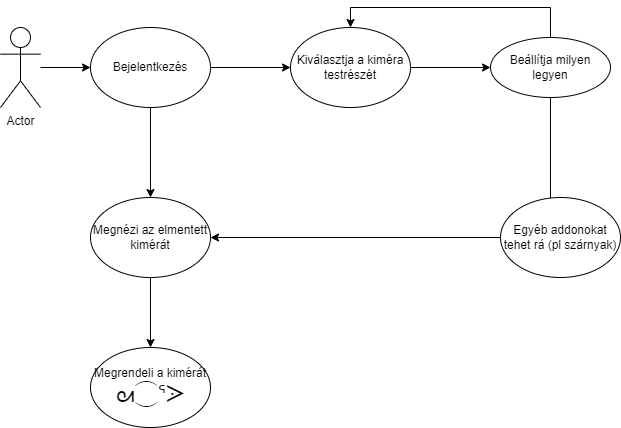
Above: docs/img/uzleti_modell.png in matyas-bohunka/ProgTech (draw.io), before the change. Source tidied: cells renumbered, new cells last; positions are measured from the earlier drawing's top-left corner, leaving out a move shared by most shapes.
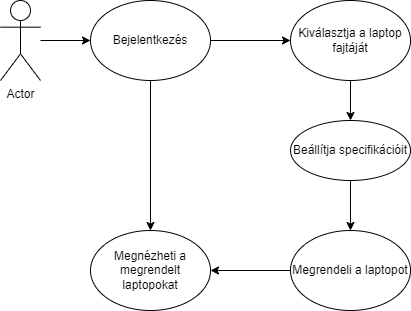
Later version of the same file.

Diff of the diagram source:
```diff
@@ -13,52 +13,32 @@
     <mxCell id="4" style="edgeStyle=orthogonalEdgeStyle;rounded=0;jettySize=auto;html=1;" parent="1" edge="1" source="6" target="8">
       <mxGeometry relative="1" as="geometry" />
     </mxCell>
-    <mxCell id="5" style="edgeStyle=orthogonalEdgeStyle;rounded=0;jettySize=auto;html=1;" parent="1" edge="1" source="6">
-      <mxGeometry relative="1" as="geometry">
-        <mxPoint x="150" y="190" as="targetPoint" />
-      </mxGeometry>
-    </mxCell>
+    <mxCell id="17" style="edgeStyle=orthogonalEdgeStyle;rounded=0;jettySize=auto;html=1;entryX=0.5;entryY=0;entryDx=0;entryDy=0;" parent="1" edge="1" source="6" target="20">
+      <mxGeometry relative="1" as="geometry" />
+    </mxCell>
     <mxCell id="6" value="Bejelentkezés" style="ellipse;whiteSpace=wrap;html=1;" parent="1" vertex="1">
       <mxGeometry x="90" y="20" width="120" height="80" as="geometry" />
     </mxCell>
     <mxCell id="7" style="edgeStyle=orthogonalEdgeStyle;rounded=0;jettySize=auto;html=1;" parent="1" edge="1" source="8" target="11">
       <mxGeometry relative="1" as="geometry" />
     </mxCell>
-    <mxCell id="8" value="Kiválasztja a kiméra testrészét" style="ellipse;whiteSpace=wrap;html=1;" parent="1" vertex="1">
+    <mxCell id="8" value="Kiválasztja a laptop fajtáját" style="ellipse;whiteSpace=wrap;html=1;" parent="1" vertex="1">
       <mxGeometry x="290" y="20" width="120" height="80" as="geometry" />
     </mxCell>
-    <mxCell id="9" style="edgeStyle=orthogonalEdgeStyle;rounded=0;jettySize=auto;html=1;" parent="1" edge="1" source="11">
-      <mxGeometry relative="1" as="geometry">
-        <mxPoint x="550" y="200" as="targetPoint" />
-      </mxGeometry>
-    </mxCell>
-    <mxCell id="10" style="edgeStyle=orthogonalEdgeStyle;rounded=0;jettySize=auto;html=1;entryX=0.5;entryY=0;entryDx=0;entryDy=0;" parent="1" edge="1" source="11" target="8">
-      <mxGeometry relative="1" as="geometry">
-        <Array as="points">
-          <mxPoint x="550" />
-          <mxPoint x="350" />
-        </Array>
-      </mxGeometry>
-    </mxCell>
+    <mxCell id="18" style="edgeStyle=orthogonalEdgeStyle;rounded=0;jettySize=auto;html=1;entryX=0.5;entryY=0;entryDx=0;entryDy=0;" parent="1" edge="1" source="11" target="15">
+      <mxGeometry relative="1" as="geometry" />
+    </mxCell>
-    <mxCell id="11" value="Beállítja milyen legyen" style="ellipse;whiteSpace=wrap;html=1;" parent="1" vertex="1">
-      <mxGeometry x="490" y="30" width="120" height="60" as="geometry" />
+    <mxCell id="11" value="Beállítja specifikációit" style="ellipse;whiteSpace=wrap;html=1;" parent="1" vertex="1">
+      <mxGeometry x="290" y="140" width="120" height="60" as="geometry" />
     </mxCell>
-    <mxCell id="12" style="edgeStyle=orthogonalEdgeStyle;rounded=0;jettySize=auto;html=1;entryX=1;entryY=0.5;entryDx=0;entryDy=0;" parent="1" edge="1" source="13" target="15">
-      <mxGeometry relative="1" as="geometry" />
-    </mxCell>
-    <mxCell id="13" value="Egyéb addonokat tehet rá (pl szárnyak)" style="ellipse;whiteSpace=wrap;html=1;" parent="1" vertex="1">
-      <mxGeometry x="500" y="190" width="120" height="80" as="geometry" />
-    </mxCell>
-    <mxCell id="14" style="edgeStyle=orthogonalEdgeStyle;rounded=0;jettySize=auto;html=1;" parent="1" edge="1" source="15">
-      <mxGeometry relative="1" as="geometry">
-        <mxPoint x="150" y="340" as="targetPoint" />
-      </mxGeometry>
-    </mxCell>
+    <mxCell id="19" style="edgeStyle=orthogonalEdgeStyle;rounded=0;jettySize=auto;html=1;entryX=1;entryY=0.5;entryDx=0;entryDy=0;" parent="1" edge="1" source="15" target="20">
+      <mxGeometry relative="1" as="geometry" />
+    </mxCell>
-    <mxCell id="15" value="Megnézi az elmentett kimérát" style="ellipse;whiteSpace=wrap;html=1;" parent="1" vertex="1">
-      <mxGeometry x="90" y="190" width="120" height="80" as="geometry" />
+    <mxCell id="15" value="Megrendeli a laptopot" style="ellipse;whiteSpace=wrap;html=1;" parent="1" vertex="1">
+      <mxGeometry x="290" y="250" width="120" height="80" as="geometry" />
     </mxCell>
-    <mxCell id="16" value="Megrendeli a kimérát&lt;br&gt;&lt;span style=&quot;font-family: Roboto, sans-serif; font-size: 24px; background-color: rgb(255, 255, 255);&quot;&gt;ᘛ⁐ᕐᐷ&lt;/span&gt;" style="ellipse;whiteSpace=wrap;html=1;" parent="1" vertex="1">
-      <mxGeometry x="90" y="340" width="120" height="80" as="geometry" />
-    </mxCell>
+    <mxCell id="20" value="Megnézheti a megrendelt laptopokat" style="ellipse;whiteSpace=wrap;html=1;" parent="1" vertex="1">
+      <mxGeometry x="90" y="250" width="120" height="80" as="geometry" />
+    </mxCell>
   </root>
 </mxGraphModel>
```
